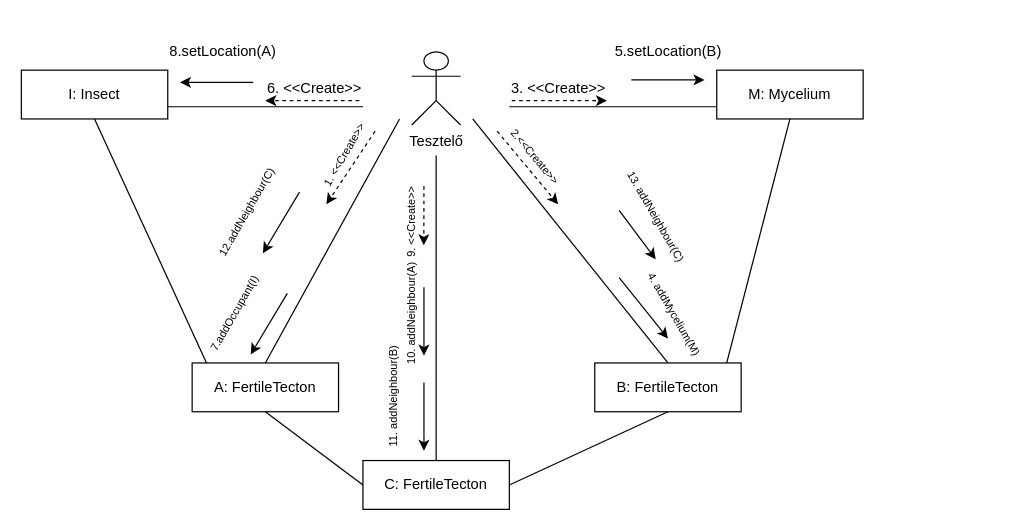
The draw.io diagram page "RunAwayKomm" (9 of 17) of 5_szkeleton_terv/BJ Komm&Seq .drawio in koharzsombor/bandITs, before the edit. Source tidied: cells renumbered, new cells numbered last; positions are measured from the earlier drawing's top-left corner, leaving out a move shared by most shapes. Both pictures are drawn from the tidied source at 122%, with x=0, y=0 at pixel (21, 33).
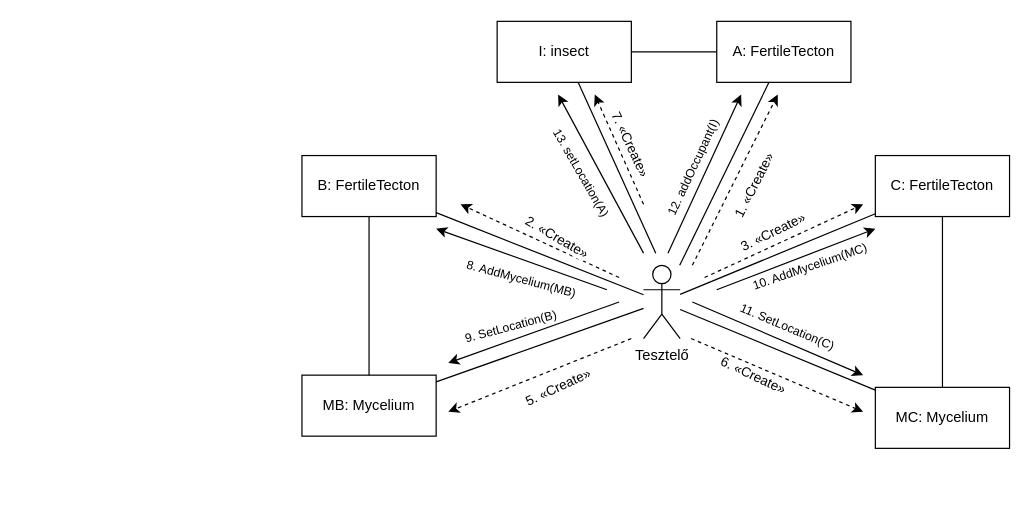
Above is the later version.

Diff of the diagram source:
```diff
@@
     <mxCell id="2" value="A: FertileTecton" style="html=1;whiteSpace=wrap;" parent="1" vertex="1">
-      <mxGeometry x="140" y="270" width="120" height="40" as="geometry" />
+      <mxGeometry x="570" y="-10" width="110" height="50" as="geometry" />
     </mxCell>
-    <mxCell id="3" value="B: FertileTecton" style="html=1;whiteSpace=wrap;" parent="1" vertex="1">
-      <mxGeometry x="470" y="270" width="120" height="40" as="geometry" />
-    </mxCell>
-    <mxCell id="4" value="M: Mycelium" style="html=1;whiteSpace=wrap;" parent="1" vertex="1">
-      <mxGeometry x="570" y="30" width="120" height="40" as="geometry" />
-    </mxCell>
-    <mxCell id="5" style="endArrow=none;html=1;rounded=0;exitX=0.5;exitY=0;exitDx=0;exitDy=0;entryX=0.25;entryY=1;entryDx=0;entryDy=0;" parent="1" edge="1" source="2">
-      <mxGeometry relative="1" as="geometry">
-        <mxPoint x="310" y="70" as="targetPoint" />
-      </mxGeometry>
-    </mxCell>
-    <mxCell id="6" style="endArrow=none;html=1;rounded=0;entryX=0.75;entryY=1;entryDx=0;entryDy=0;exitX=0.5;exitY=0;exitDx=0;exitDy=0;" parent="1" edge="1" source="3">
-      <mxGeometry relative="1" as="geometry">
-        <mxPoint x="370" y="70" as="targetPoint" />
-      </mxGeometry>
-    </mxCell>
-    <mxCell id="7" style="endArrow=none;html=1;rounded=0;entryX=1;entryY=0.75;entryDx=0;entryDy=0;exitX=0;exitY=0.75;exitDx=0;exitDy=0;" parent="1" edge="1" source="4">
-      <mxGeometry relative="1" as="geometry">
-        <mxPoint x="400" y="60" as="targetPoint" />
-      </mxGeometry>
-    </mxCell>
-    <mxCell id="8" style="endArrow=classic;html=1;rounded=0;dashed=1;" parent="1" edge="1">
-      <mxGeometry relative="1" as="geometry">
-        <mxPoint x="290" y="80" as="sourcePoint" />
-        <mxPoint x="250" y="140" as="targetPoint" />
-      </mxGeometry>
-    </mxCell>
-    <mxCell id="9" value="1. &amp;lt;&amp;lt;Create&amp;gt;&amp;gt;" style="text;html=1;align=center;verticalAlign=middle;strokeColor=none;fillColor=none;fontSize=9;rotation=-60;" parent="1" vertex="1">
-      <mxGeometry x="225" y="90" width="80" height="20" as="geometry" />
-    </mxCell>
-    <mxCell id="10" style="endArrow=classic;html=1;rounded=0;dashed=1;" parent="1" edge="1">
-      <mxGeometry relative="1" as="geometry">
-        <mxPoint x="390" y="80" as="sourcePoint" />
-        <mxPoint x="440" y="140" as="targetPoint" />
-      </mxGeometry>
-    </mxCell>
-    <mxCell id="11" value="&amp;nbsp;2.&amp;lt;&amp;lt;Create&amp;gt;&amp;gt;" style="text;html=1;align=center;verticalAlign=middle;strokeColor=none;fillColor=none;fontSize=9;rotation=50;" parent="1" vertex="1">
-      <mxGeometry x="380" y="90" width="80" height="20" as="geometry" />
-    </mxCell>
-    <mxCell id="12" style="endArrow=classic;html=1;rounded=0;dashed=1;" parent="1" edge="1">
-      <mxGeometry relative="1" as="geometry">
-        <mxPoint x="402" y="55" as="sourcePoint" />
-        <mxPoint x="480" y="55" as="targetPoint" />
-      </mxGeometry>
-    </mxCell>
-    <mxCell id="13" value="3. &amp;lt;&amp;lt;Create&amp;gt;&amp;gt;" style="text;html=1;align=center;verticalAlign=middle;strokeColor=none;fillColor=none;" parent="1" vertex="1">
-      <mxGeometry x="390" y="30" width="100" height="30" as="geometry" />
-    </mxCell>
-    <mxCell id="14" style="endArrow=none;html=1;rounded=0;exitX=0.901;exitY=0.002;exitDx=0;exitDy=0;entryX=0.5;entryY=1;entryDx=0;entryDy=0;exitPerimeter=0;" parent="1" edge="1" source="3" target="4">
-      <mxGeometry relative="1" as="geometry" />
-    </mxCell>
-    <mxCell id="15" style="endArrow=classic;html=1;rounded=0;" parent="1" edge="1">
-      <mxGeometry relative="1" as="geometry">
-        <mxPoint x="490" y="200" as="sourcePoint" />
-        <mxPoint x="530" y="250" as="targetPoint" />
-      </mxGeometry>
-    </mxCell>
-    <mxCell id="16" value="&lt;span style=&quot;&quot;&gt;4. addMycelium(M)&lt;/span&gt;" style="text;html=1;align=center;verticalAlign=middle;strokeColor=none;fillColor=none;fontSize=9;rotation=60;labelBackgroundColor=default;" parent="1" vertex="1">
-      <mxGeometry x="485" y="220" width="100" height="20" as="geometry" />
-    </mxCell>
-    <mxCell id="17" value="I: Insect" style="html=1;whiteSpace=wrap;" parent="1" vertex="1">
-      <mxGeometry y="30" width="120" height="40" as="geometry" />
-    </mxCell>
-    <mxCell id="18" style="endArrow=none;html=1;rounded=0;entryX=0;entryY=0.75;entryDx=0;entryDy=0;exitX=1;exitY=0.75;exitDx=0;exitDy=0;" parent="1" edge="1" source="17">
-      <mxGeometry relative="1" as="geometry">
-        <mxPoint x="280" y="60" as="targetPoint" />
-      </mxGeometry>
-    </mxCell>
-    <mxCell id="19" value="6. &amp;lt;&amp;lt;Create&amp;gt;&amp;gt;" style="text;html=1;align=center;verticalAlign=middle;points=[];strokeColor=none;fillColor=none;" parent="1" vertex="1">
-      <mxGeometry x="190" y="30" width="100" height="30" as="geometry" />
-    </mxCell>
-    <mxCell id="20" style="endArrow=classic;html=1;rounded=0;dashed=1;entryX=0.1;entryY=0.833;entryDx=0;entryDy=0;entryPerimeter=0;" parent="1" edge="1" target="19">
-      <mxGeometry relative="1" as="geometry">
-        <mxPoint x="277" y="55" as="sourcePoint" />
-      </mxGeometry>
-    </mxCell>
-    <mxCell id="21" style="endArrow=none;html=1;rounded=0;entryX=0.5;entryY=1;entryDx=0;entryDy=0;exitX=0.099;exitY=0.006;exitDx=0;exitDy=0;exitPerimeter=0;" parent="1" edge="1" source="2" target="17">
-      <mxGeometry relative="1" as="geometry" />
-    </mxCell>
-    <mxCell id="22" style="endArrow=classic;html=1;rounded=0;" parent="1" edge="1">
-      <mxGeometry relative="1" as="geometry">
-        <mxPoint x="218" y="213" as="sourcePoint" />
-        <mxPoint x="188" y="263" as="targetPoint" />
-      </mxGeometry>
-    </mxCell>
-    <mxCell id="23" value="&lt;span style=&quot;background-color: light-dark(#ffffff, var(--ge-dark-color, #121212));&quot;&gt;7.addOccupant(I)&lt;/span&gt;" style="text;html=1;align=center;verticalAlign=middle;strokeColor=none;fillColor=none;fontSize=9;rotation=-60;" parent="1" vertex="1">
-      <mxGeometry x="130" y="220" width="90" height="20" as="geometry" />
-    </mxCell>
-    <mxCell id="24" style="endArrow=classic;html=1;rounded=0;" parent="1" edge="1">
-      <mxGeometry relative="1" as="geometry">
-        <mxPoint x="190" y="40" as="sourcePoint" />
-        <mxPoint x="130" y="40" as="targetPoint" />
-      </mxGeometry>
-    </mxCell>
-    <mxCell id="25" value="8.setLocation(A)" style="text;html=1;align=center;verticalAlign=middle;strokeColor=none;fillColor=none;" parent="1" vertex="1">
-      <mxGeometry x="110" width="110" height="30" as="geometry" />
-    </mxCell>
-    <mxCell id="26" style="endArrow=classic;html=1;rounded=0;" parent="1" edge="1">
-      <mxGeometry relative="1" as="geometry">
-        <mxPoint x="500" y="38" as="sourcePoint" />
-        <mxPoint x="560" y="38" as="targetPoint" />
-      </mxGeometry>
-    </mxCell>
-    <mxCell id="27" value="5.setLocation(B)" style="text;html=1;align=center;verticalAlign=middle;strokeColor=none;fillColor=none;" parent="1" vertex="1">
-      <mxGeometry x="475" width="110" height="30" as="geometry" />
-    </mxCell>
-    <mxCell id="28" value="Tesztelő" style="shape=umlActor;verticalLabelPosition=bottom;verticalAlign=top;html=1;" parent="1" vertex="1">
-      <mxGeometry x="320" y="15" width="40" height="60" as="geometry" />
+    <mxCell id="28" value="&lt;div&gt;Tesztelő&lt;/div&gt;" style="shape=umlActor;verticalLabelPosition=bottom;verticalAlign=top;html=1;" parent="1" vertex="1">
+      <mxGeometry x="510" y="190" width="30" height="60" as="geometry" />
     </mxCell>
     <mxCell id="29" value="C: FertileTecton" style="html=1;whiteSpace=wrap;" parent="1" vertex="1">
-      <mxGeometry x="280" y="350" width="120" height="40" as="geometry" />
+      <mxGeometry x="700" y="100" width="110" height="50" as="geometry" />
     </mxCell>
-    <mxCell id="30" style="endArrow=none;html=1;rounded=0;" parent="1" edge="1" source="29">
-      <mxGeometry relative="1" as="geometry">
-        <mxPoint x="340" y="100" as="targetPoint" />
-      </mxGeometry>
-    </mxCell>
-    <mxCell id="31" style="endArrow=none;html=1;rounded=0;entryX=0.5;entryY=1;entryDx=0;entryDy=0;exitX=0;exitY=0.5;exitDx=0;exitDy=0;" parent="1" edge="1" source="29" target="2">
-      <mxGeometry relative="1" as="geometry" />
-    </mxCell>
-    <mxCell id="32" style="endArrow=none;html=1;rounded=0;exitX=1;exitY=0.5;exitDx=0;exitDy=0;" parent="1" edge="1" source="29">
-      <mxGeometry relative="1" as="geometry">
-        <mxPoint x="530" y="310" as="targetPoint" />
-      </mxGeometry>
-    </mxCell>
-    <mxCell id="33" value="9&lt;span style=&quot;background-color: transparent; color: light-dark(rgb(0, 0, 0), rgb(255, 255, 255));&quot;&gt;. &amp;lt;&amp;lt;Create&amp;gt;&amp;gt;&lt;/span&gt;" style="text;html=1;align=center;verticalAlign=middle;points=[];strokeColor=none;fillColor=none;rotation=-90;fontSize=9;" parent="1" vertex="1">
-      <mxGeometry x="280" y="145" width="80" height="20" as="geometry" />
-    </mxCell>
-    <mxCell id="34" style="endArrow=classic;html=1;rounded=0;entryX=0.268;entryY=0.995;entryDx=0;entryDy=0;entryPerimeter=0;dashed=1;" parent="1" edge="1" target="33">
-      <mxGeometry relative="1" as="geometry">
-        <mxPoint x="330" y="125" as="sourcePoint" />
-      </mxGeometry>
-    </mxCell>
-    <mxCell id="35" value="10&lt;span style=&quot;background-color: transparent; color: light-dark(rgb(0, 0, 0), rgb(255, 255, 255));&quot;&gt;. addNeighbour(A)&lt;/span&gt;" style="text;html=1;align=center;verticalAlign=middle;strokeColor=none;fillColor=none;rotation=-90;fontSize=9;" parent="1" vertex="1">
-      <mxGeometry x="265" y="220" width="110" height="20" as="geometry" />
-    </mxCell>
-    <mxCell id="36" value="11. addNeighbour(B)" style="text;html=1;align=center;verticalAlign=middle;strokeColor=none;fillColor=none;rotation=-90;fontSize=9;" parent="1" vertex="1">
-      <mxGeometry x="250" y="288" width="110" height="20" as="geometry" />
-    </mxCell>
-    <mxCell id="37" style="endArrow=classic;html=1;rounded=0;entryX=0.268;entryY=0.995;entryDx=0;entryDy=0;entryPerimeter=0;" parent="1" edge="1">
-      <mxGeometry relative="1" as="geometry">
-        <mxPoint x="330" y="208" as="sourcePoint" />
-        <mxPoint x="330" y="264" as="targetPoint" />
-      </mxGeometry>
-    </mxCell>
-    <mxCell id="38" style="endArrow=classic;html=1;rounded=0;entryX=0.268;entryY=0.995;entryDx=0;entryDy=0;entryPerimeter=0;" parent="1" edge="1">
-      <mxGeometry relative="1" as="geometry">
-        <mxPoint x="330" y="286" as="sourcePoint" />
-        <mxPoint x="330" y="342" as="targetPoint" />
-      </mxGeometry>
-    </mxCell>
-    <mxCell id="39" style="endArrow=classic;html=1;rounded=0;" parent="1" edge="1">
-      <mxGeometry relative="1" as="geometry">
-        <mxPoint x="228" y="130" as="sourcePoint" />
-        <mxPoint x="198" y="180" as="targetPoint" />
-      </mxGeometry>
-    </mxCell>
-    <mxCell id="40" value="&lt;span style=&quot;background-color: light-dark(#ffffff, var(--ge-dark-color, #121212));&quot;&gt;12&lt;/span&gt;&lt;span style=&quot;background-color: light-dark(#ffffff, var(--ge-dark-color, #121212)); color: light-dark(rgb(0, 0, 0), rgb(255, 255, 255));&quot;&gt;.addNeighbour(C)&lt;/span&gt;" style="text;html=1;align=center;verticalAlign=middle;strokeColor=none;fillColor=none;fontSize=9;rotation=-60;" parent="1" vertex="1">
-      <mxGeometry x="130" y="137" width="110" height="20" as="geometry" />
-    </mxCell>
-    <mxCell id="41" style="endArrow=classic;html=1;rounded=0;" parent="1" edge="1">
-      <mxGeometry relative="1" as="geometry">
-        <mxPoint x="490" y="145" as="sourcePoint" />
-        <mxPoint x="520" y="185" as="targetPoint" />
-      </mxGeometry>
-    </mxCell>
-    <mxCell id="42" value="&lt;span style=&quot;&quot;&gt;13. addNeighbour(C)&lt;/span&gt;" style="text;html=1;align=center;verticalAlign=middle;strokeColor=none;fillColor=none;fontSize=9;rotation=60;labelBackgroundColor=default;" parent="1" vertex="1">
-      <mxGeometry x="465" y="140" width="110" height="20" as="geometry" />
-    </mxCell>
+    <mxCell id="43" value="MC: Mycelium" style="html=1;whiteSpace=wrap;" parent="1" vertex="1">
+      <mxGeometry x="700" y="290" width="110" height="50" as="geometry" />
+    </mxCell>
+    <mxCell id="3" value="B: FertileTecton" style="html=1;whiteSpace=wrap;" parent="1" vertex="1">
+      <mxGeometry x="230" y="100" width="110" height="50" as="geometry" />
+    </mxCell>
+    <mxCell id="44" value="MB: Mycelium" style="html=1;whiteSpace=wrap;" parent="1" vertex="1">
+      <mxGeometry x="230" y="280" width="110" height="50" as="geometry" />
+    </mxCell>
+    <mxCell id="45" style="endArrow=none;html=1;rounded=0;" parent="1" edge="1" source="44" target="3">
+      <mxGeometry relative="1" as="geometry" />
+    </mxCell>
+    <mxCell id="46" style="endArrow=none;html=1;rounded=0;" parent="1" edge="1" source="29" target="43">
+      <mxGeometry relative="1" as="geometry" />
+    </mxCell>
+    <mxCell id="47" style="endArrow=none;html=1;rounded=0;" parent="1" edge="1" source="43" target="28">
+      <mxGeometry relative="1" as="geometry" />
+    </mxCell>
+    <mxCell id="48" style="endArrow=none;html=1;rounded=0;" parent="1" edge="1" source="29" target="28">
+      <mxGeometry relative="1" as="geometry" />
+    </mxCell>
+    <mxCell id="49" style="endArrow=none;html=1;rounded=0;" parent="1" edge="1" source="2" target="28">
+      <mxGeometry relative="1" as="geometry" />
+    </mxCell>
+    <mxCell id="50" style="endArrow=none;html=1;rounded=0;" parent="1" edge="1" source="3" target="28">
+      <mxGeometry relative="1" as="geometry" />
+    </mxCell>
+    <mxCell id="51" style="endArrow=none;html=1;rounded=0;" parent="1" edge="1" source="44" target="28">
+      <mxGeometry relative="1" as="geometry" />
+    </mxCell>
+    <mxCell id="52" style="endArrow=classic;html=1;rounded=0;dashed=1;" parent="1" edge="1">
+      <mxGeometry relative="1" as="geometry">
+        <mxPoint x="550" y="190" as="sourcePoint" />
+        <mxPoint x="620" y="50" as="targetPoint" />
+      </mxGeometry>
+    </mxCell>
+    <mxCell id="53" value="1. «Create»" style="edgeLabel;html=1;align=center;verticalAlign=middle;rotation=297;" parent="52" vertex="1">
+      <mxGeometry x="-0.12" y="2" relative="1" as="geometry">
+        <mxPoint x="21" y="-2" as="offset" />
+      </mxGeometry>
+    </mxCell>
+    <mxCell id="54" style="endArrow=classic;html=1;rounded=0;dashed=1;" parent="1" edge="1">
+      <mxGeometry relative="1" as="geometry">
+        <mxPoint x="490" y="200" as="sourcePoint" />
+        <mxPoint x="360" y="140" as="targetPoint" />
+      </mxGeometry>
+    </mxCell>
+    <mxCell id="55" value="2. «Create»" style="edgeLabel;html=1;align=center;verticalAlign=middle;rotation=30;" parent="54" vertex="1">
+      <mxGeometry x="-0.12" y="2" relative="1" as="geometry">
+        <mxPoint x="7" y="-9" as="offset" />
+      </mxGeometry>
+    </mxCell>
+    <mxCell id="56" style="endArrow=classic;html=1;rounded=0;dashed=1;" parent="1" edge="1">
+      <mxGeometry relative="1" as="geometry">
+        <mxPoint x="560" y="200" as="sourcePoint" />
+        <mxPoint x="690" y="140" as="targetPoint" />
+      </mxGeometry>
+    </mxCell>
+    <mxCell id="57" value="3. «Create»" style="edgeLabel;html=1;align=center;verticalAlign=middle;rotation=334;" parent="56" vertex="1">
+      <mxGeometry x="-0.12" y="2" relative="1" as="geometry">
+        <mxPoint x="-1" y="-9" as="offset" />
+      </mxGeometry>
+    </mxCell>
+    <mxCell id="58" style="endArrow=classic;html=1;rounded=0;dashed=1;" parent="1" edge="1">
+      <mxGeometry relative="1" as="geometry">
+        <mxPoint x="549" y="250" as="sourcePoint" />
+        <mxPoint x="690" y="310" as="targetPoint" />
+      </mxGeometry>
+    </mxCell>
+    <mxCell id="59" value="&lt;div&gt;6. «Create»&lt;/div&gt;" style="edgeLabel;html=1;align=center;verticalAlign=middle;rotation=25;" parent="58" vertex="1">
+      <mxGeometry x="-0.12" y="2" relative="1" as="geometry">
+        <mxPoint x="-12" y="5" as="offset" />
+      </mxGeometry>
+    </mxCell>
+    <mxCell id="60" style="endArrow=classic;html=1;rounded=0;dashed=1;" parent="1" edge="1">
+      <mxGeometry relative="1" as="geometry">
+        <mxPoint x="500" y="250" as="sourcePoint" />
+        <mxPoint x="350" y="310" as="targetPoint" />
+      </mxGeometry>
+    </mxCell>
+    <mxCell id="61" value="&lt;div&gt;5. «Create»&lt;/div&gt;" style="edgeLabel;html=1;align=center;verticalAlign=middle;rotation=-25;" parent="60" vertex="1">
+      <mxGeometry x="-0.12" y="2" relative="1" as="geometry">
+        <mxPoint x="5" y="12" as="offset" />
+      </mxGeometry>
+    </mxCell>
+    <mxCell id="62" value="&lt;div&gt;I: insect&lt;/div&gt;" style="html=1;whiteSpace=wrap;" parent="1" vertex="1">
+      <mxGeometry x="390" y="-10" width="110" height="50" as="geometry" />
+    </mxCell>
+    <mxCell id="63" style="endArrow=none;html=1;rounded=0;" parent="1" edge="1" source="62">
+      <mxGeometry relative="1" as="geometry">
+        <mxPoint x="520" y="180" as="targetPoint" />
+      </mxGeometry>
+    </mxCell>
+    <mxCell id="64" style="endArrow=classic;html=1;rounded=0;dashed=1;" parent="1" edge="1">
+      <mxGeometry relative="1" as="geometry">
+        <mxPoint x="510" y="140" as="sourcePoint" />
+        <mxPoint x="470" y="50" as="targetPoint" />
+      </mxGeometry>
+    </mxCell>
+    <mxCell id="65" value="&lt;div&gt;7. «Create»&lt;/div&gt;" style="edgeLabel;html=1;align=center;verticalAlign=middle;rotation=65;" parent="64" vertex="1">
+      <mxGeometry x="-0.12" y="2" relative="1" as="geometry">
+        <mxPoint x="9" y="-11" as="offset" />
+      </mxGeometry>
+    </mxCell>
+    <mxCell id="66" style="endArrow=classic;html=1;rounded=0;" parent="1" edge="1">
+      <mxGeometry relative="1" as="geometry">
+        <mxPoint x="480" y="210" as="sourcePoint" />
+        <mxPoint x="340" y="160" as="targetPoint" />
+      </mxGeometry>
+    </mxCell>
+    <mxCell id="67" value="8. AddMycelium(MB)" style="edgeLabel;html=1;align=center;verticalAlign=middle;rotation=15;fontSize=10;" parent="66" vertex="1">
+      <mxGeometry x="-0.12" y="2" relative="1" as="geometry">
+        <mxPoint x="-8" y="10" as="offset" />
+      </mxGeometry>
+    </mxCell>
+    <mxCell id="68" style="endArrow=classic;html=1;rounded=0;" parent="1" edge="1">
+      <mxGeometry relative="1" as="geometry">
+        <mxPoint x="490" y="220" as="sourcePoint" />
+        <mxPoint x="350" y="270" as="targetPoint" />
+      </mxGeometry>
+    </mxCell>
+    <mxCell id="69" value="9. SetLocation(B)" style="edgeLabel;html=1;align=center;verticalAlign=middle;rotation=-15;fontSize=10;" parent="68" vertex="1">
+      <mxGeometry x="-0.12" y="2" relative="1" as="geometry">
+        <mxPoint x="-29" y="-4" as="offset" />
+      </mxGeometry>
+    </mxCell>
+    <mxCell id="70" style="endArrow=classic;html=1;rounded=0;" parent="1" edge="1">
+      <mxGeometry relative="1" as="geometry">
+        <mxPoint x="550" y="220" as="sourcePoint" />
+        <mxPoint x="690" y="280" as="targetPoint" />
+      </mxGeometry>
+    </mxCell>
+    <mxCell id="71" value="11. SetLocation(C)" style="edgeLabel;html=1;align=center;verticalAlign=middle;rotation=23;fontSize=10;" parent="70" vertex="1">
+      <mxGeometry x="-0.12" y="2" relative="1" as="geometry">
+        <mxPoint x="15" y="-5" as="offset" />
+      </mxGeometry>
+    </mxCell>
+    <mxCell id="72" style="endArrow=classic;html=1;rounded=0;" parent="1" edge="1">
+      <mxGeometry relative="1" as="geometry">
+        <mxPoint x="570" y="210" as="sourcePoint" />
+        <mxPoint x="700" y="160" as="targetPoint" />
+      </mxGeometry>
+    </mxCell>
+    <mxCell id="73" value="10. AddMycelium(MC)" style="edgeLabel;html=1;align=center;verticalAlign=middle;rotation=341;fontSize=10;" parent="72" vertex="1">
+      <mxGeometry x="-0.12" y="2" relative="1" as="geometry">
+        <mxPoint x="19" y="4" as="offset" />
+      </mxGeometry>
+    </mxCell>
+    <mxCell id="74" style="endArrow=classic;html=1;rounded=0;" parent="1" edge="1">
+      <mxGeometry relative="1" as="geometry">
+        <mxPoint x="530" y="180" as="sourcePoint" />
+        <mxPoint x="590" y="50" as="targetPoint" />
+      </mxGeometry>
+    </mxCell>
+    <mxCell id="75" value="12. addOccupant(I)" style="edgeLabel;html=1;align=center;verticalAlign=middle;rotation=-65;fontSize=10;" parent="74" vertex="1">
+      <mxGeometry x="-0.12" y="2" relative="1" as="geometry">
+        <mxPoint x="-5" y="-12" as="offset" />
+      </mxGeometry>
+    </mxCell>
+    <mxCell id="76" style="endArrow=classic;html=1;rounded=0;" parent="1" edge="1">
+      <mxGeometry relative="1" as="geometry">
+        <mxPoint x="510" y="180" as="sourcePoint" />
+        <mxPoint x="440" y="50" as="targetPoint" />
+      </mxGeometry>
+    </mxCell>
+    <mxCell id="77" value="13. setLocation(A)" style="edgeLabel;html=1;align=center;verticalAlign=middle;rotation=60;fontSize=10;" parent="76" vertex="1">
+      <mxGeometry x="-0.12" y="2" relative="1" as="geometry">
+        <mxPoint x="-18" y="-10" as="offset" />
+      </mxGeometry>
+    </mxCell>
+    <mxCell id="78" style="endArrow=none;html=1;rounded=0;" parent="1" edge="1" source="62" target="2">
+      <mxGeometry relative="1" as="geometry" />
+    </mxCell>
```
